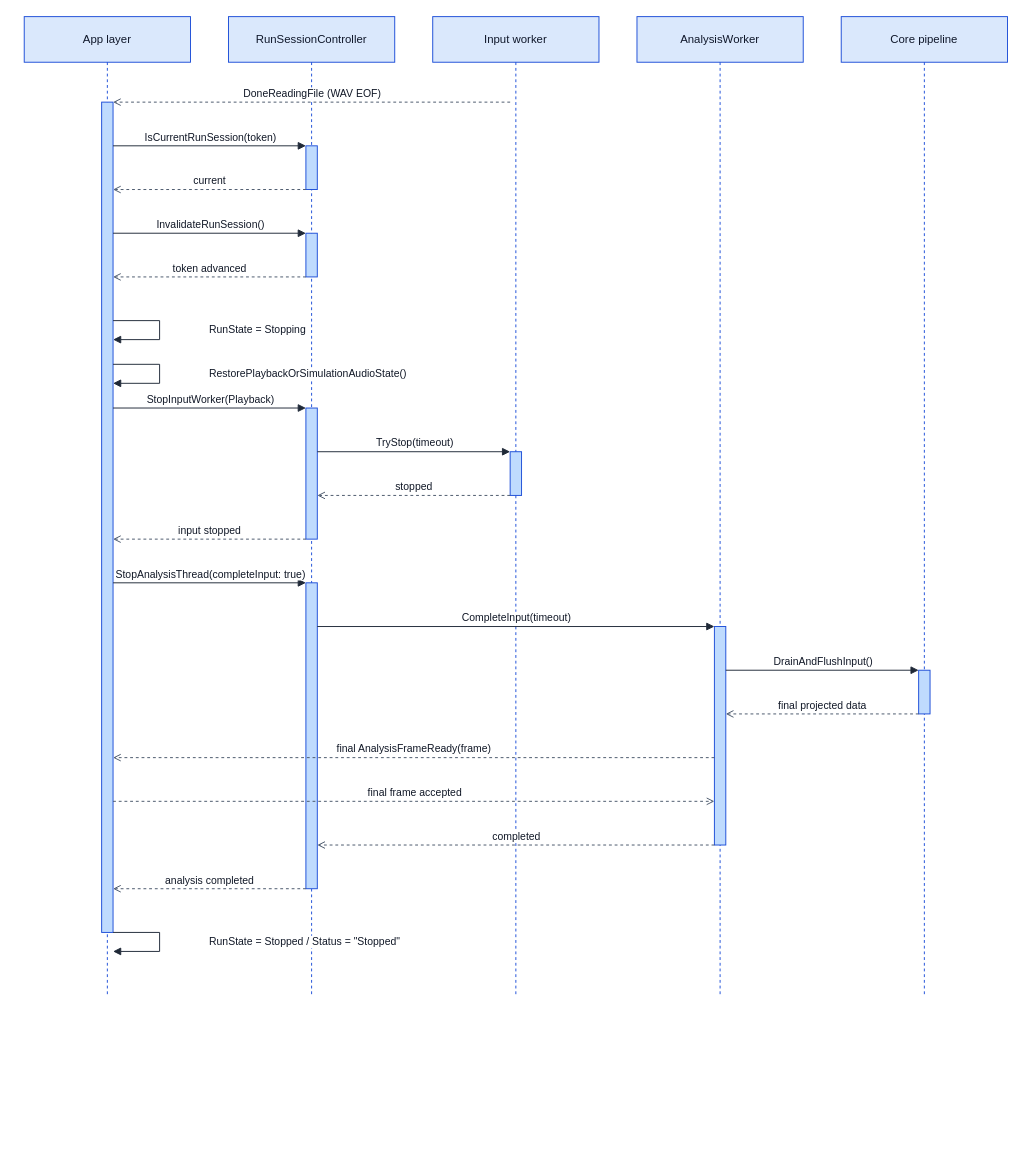
Earlier version of the draw.io diagram page "Level 2.5 · Playback 자연 종료" (6 of 7) of docs/architecture/Sequence/sequence.drawio (Jae-hong-5/TimeGrapher-Net). Source tidied: cells renumbered, new cells numbered last; positions are measured from the earlier drawing's top-left corner, leaving out a move shared by most shapes. Both pictures are drawn from the tidied source at 95%, with x=0, y=0 at pixel (24, 16).
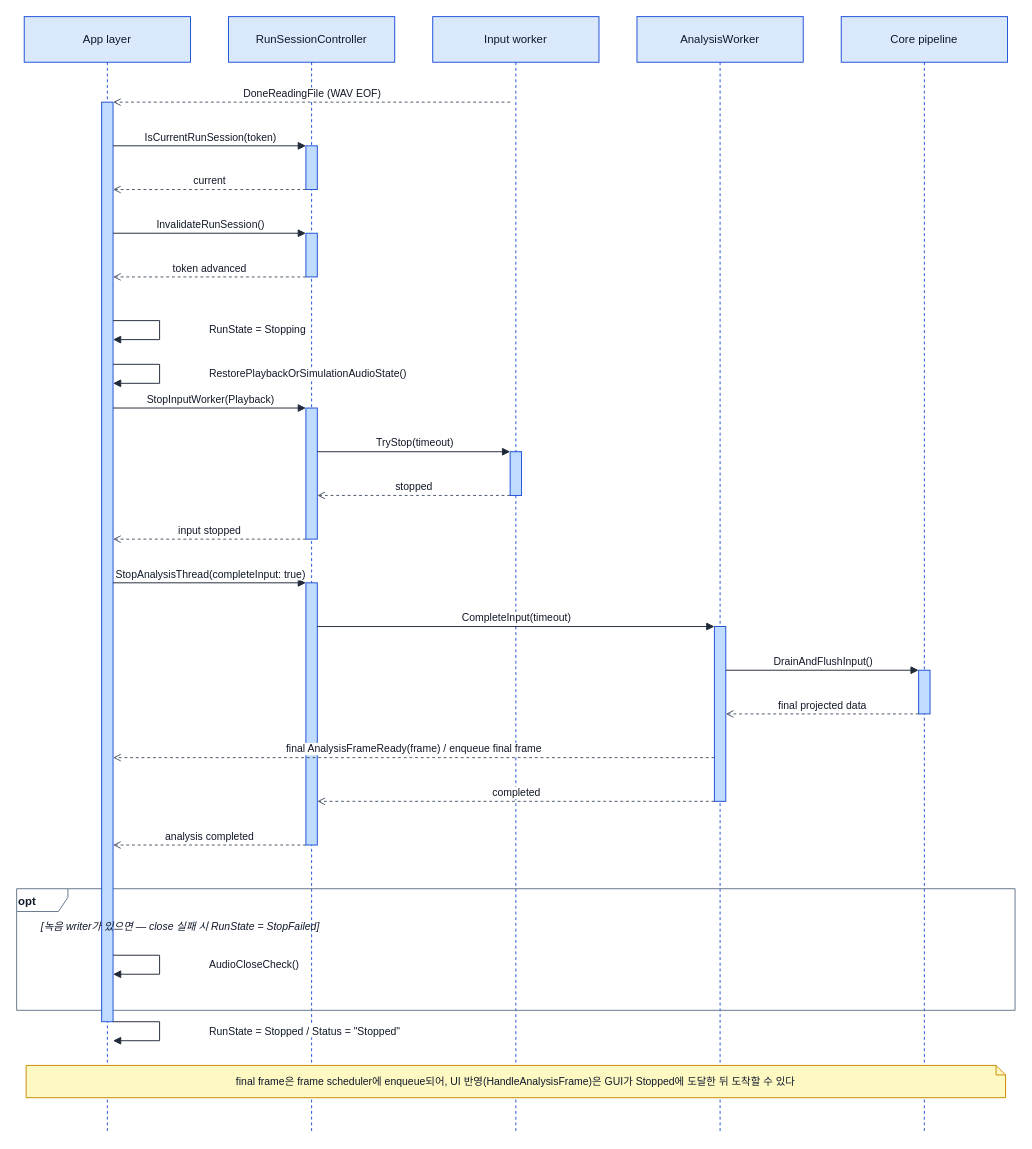
Above is the later version.

Commit message (it also covers changes not shown here):
docs(sequence): add recording-close gating and fix final-frame semantics in 2.4/2.5

The edit, as a diff of the source:
```diff
@@
     <mxCell id="2" value="App layer" style="shape=umlLifeline;perimeter=lifelinePerimeter;whiteSpace=wrap;html=1;size=48;fillColor=#dae8fc;strokeColor=#1d4ed8;fontColor=#0f172a;fontSize=12;" parent="1" vertex="1">
-      <mxGeometry width="175" height="1030" as="geometry" />
+      <mxGeometry width="175" height="1174" as="geometry" />
     </mxCell>
     <mxCell id="3" value="RunSessionController" style="shape=umlLifeline;perimeter=lifelinePerimeter;whiteSpace=wrap;html=1;size=48;fillColor=#dae8fc;strokeColor=#1d4ed8;fontColor=#0f172a;fontSize=12;" parent="1" vertex="1">
-      <mxGeometry x="215" width="175" height="1030" as="geometry" />
+      <mxGeometry x="215" width="175" height="1174" as="geometry" />
     </mxCell>
     <mxCell id="4" value="Input worker" style="shape=umlLifeline;perimeter=lifelinePerimeter;whiteSpace=wrap;html=1;size=48;fillColor=#dae8fc;strokeColor=#1d4ed8;fontColor=#0f172a;fontSize=12;" parent="1" vertex="1">
-      <mxGeometry x="430" width="175" height="1030" as="geometry" />
+      <mxGeometry x="430" width="175" height="1174" as="geometry" />
     </mxCell>
     <mxCell id="5" value="AnalysisWorker" style="shape=umlLifeline;perimeter=lifelinePerimeter;whiteSpace=wrap;html=1;size=48;fillColor=#dae8fc;strokeColor=#1d4ed8;fontColor=#0f172a;fontSize=12;" parent="1" vertex="1">
-      <mxGeometry x="645" width="175" height="1030" as="geometry" />
+      <mxGeometry x="645" width="175" height="1174" as="geometry" />
     </mxCell>
     <mxCell id="6" value="Core pipeline" style="shape=umlLifeline;perimeter=lifelinePerimeter;whiteSpace=wrap;html=1;size=48;fillColor=#dae8fc;strokeColor=#1d4ed8;fontColor=#0f172a;fontSize=12;" parent="1" vertex="1">
-      <mxGeometry x="860" width="175" height="1030" as="geometry" />
+      <mxGeometry x="860" width="175" height="1174" as="geometry" />
     </mxCell>
+    <mxCell id="35" value="opt" style="shape=umlFrame;whiteSpace=wrap;html=1;fillColor=none;strokeColor=#64748b;fontColor=#0f172a;fontSize=12;fontStyle=1;width=54;height=24;verticalAlign=top;align=left;" parent="1" vertex="1">
+      <mxGeometry x="-8" y="918" width="1051" height="128" as="geometry" />
+    </mxCell>
@@
-    <mxCell id="12" style="html=1;perimeter=orthogonalPerimeter;fillColor=#bfdbfe;strokeColor=#1d4ed8;" parent="1" vertex="1">
-      <mxGeometry x="726.5" y="642" width="12" height="230" as="geometry" />
-    </mxCell>
-    <mxCell id="13" style="html=1;perimeter=orthogonalPerimeter;fillColor=#bfdbfe;strokeColor=#1d4ed8;" parent="1" vertex="1">
-      <mxGeometry x="296.5" y="596" width="12" height="322" as="geometry" />
-    </mxCell>
-    <mxCell id="14" style="html=1;perimeter=orthogonalPerimeter;fillColor=#bfdbfe;strokeColor=#1d4ed8;" parent="1" vertex="1">
-      <mxGeometry x="81.5" y="90" width="12" height="874" as="geometry" />
-    </mxCell>
+    <mxCell id="36" style="html=1;perimeter=orthogonalPerimeter;fillColor=#bfdbfe;strokeColor=#1d4ed8;" parent="1" vertex="1">
+      <mxGeometry x="726.5" y="642" width="12" height="184" as="geometry" />
+    </mxCell>
+    <mxCell id="37" style="html=1;perimeter=orthogonalPerimeter;fillColor=#bfdbfe;strokeColor=#1d4ed8;" parent="1" vertex="1">
+      <mxGeometry x="296.5" y="596" width="12" height="276" as="geometry" />
+    </mxCell>
+    <mxCell id="38" style="html=1;perimeter=orthogonalPerimeter;fillColor=#bfdbfe;strokeColor=#1d4ed8;" parent="1" vertex="1">
+      <mxGeometry x="81.5" y="90" width="12" height="968" as="geometry" />
+    </mxCell>
@@
-    <mxCell id="30" value="final AnalysisFrameReady(frame)" style="html=1;verticalAlign=bottom;startArrow=none;endArrow=open;dashed=1;rounded=0;labelBackgroundColor=#ffffff;strokeColor=#475569;fontColor=#111827;labelBorderColor=none;" parent="1" edge="1">
+    <mxCell id="30" value="final AnalysisFrameReady(frame) / enqueue final frame" style="html=1;verticalAlign=bottom;startArrow=none;endArrow=open;dashed=1;rounded=0;labelBackgroundColor=#ffffff;strokeColor=#475569;fontColor=#111827;labelBorderColor=none;" parent="1" edge="1">
       <mxGeometry relative="1" as="geometry">
         <mxPoint x="726.5" y="780" as="sourcePoint" />
         <mxPoint x="93.5" y="780" as="targetPoint" />
       </mxGeometry>
     </mxCell>
-    <mxCell id="31" value="final frame accepted" style="html=1;verticalAlign=bottom;startArrow=none;endArrow=open;dashed=1;rounded=0;labelBackgroundColor=#ffffff;strokeColor=#475569;fontColor=#111827;labelBorderColor=none;" parent="1" edge="1">
+    <mxCell id="31" value="completed" style="html=1;verticalAlign=bottom;startArrow=none;endArrow=open;dashed=1;rounded=0;labelBackgroundColor=#ffffff;strokeColor=#475569;fontColor=#111827;labelBorderColor=none;" parent="1" edge="1">
       <mxGeometry relative="1" as="geometry">
-        <mxPoint x="93.5" y="826" as="sourcePoint" />
-        <mxPoint x="726.5" y="826" as="targetPoint" />
+        <mxPoint x="726.5" y="826" as="sourcePoint" />
+        <mxPoint x="308.5" y="826" as="targetPoint" />
       </mxGeometry>
     </mxCell>
-    <mxCell id="32" value="completed" style="html=1;verticalAlign=bottom;startArrow=none;endArrow=open;dashed=1;rounded=0;labelBackgroundColor=#ffffff;strokeColor=#475569;fontColor=#111827;labelBorderColor=none;" parent="1" edge="1">
-      <mxGeometry relative="1" as="geometry">
-        <mxPoint x="726.5" y="872" as="sourcePoint" />
-        <mxPoint x="308.5" y="872" as="targetPoint" />
-      </mxGeometry>
-    </mxCell>
     <mxCell id="33" value="analysis completed" style="html=1;verticalAlign=bottom;startArrow=none;endArrow=open;dashed=1;rounded=0;labelBackgroundColor=#ffffff;strokeColor=#475569;fontColor=#111827;labelBorderColor=none;" parent="1" edge="1">
       <mxGeometry relative="1" as="geometry">
-        <mxPoint x="296.5" y="918" as="sourcePoint" />
-        <mxPoint x="93.5" y="918" as="targetPoint" />
+        <mxPoint x="296.5" y="872" as="sourcePoint" />
+        <mxPoint x="93.5" y="872" as="targetPoint" />
       </mxGeometry>
     </mxCell>
-    <mxCell id="34" value="RunState = Stopped / Status = &quot;Stopped&quot;" style="html=1;verticalAlign=middle;align=left;startArrow=none;endArrow=block;rounded=0;labelBackgroundColor=#ffffff;strokeColor=#1f2937;fontColor=#111827;labelBorderColor=none;" parent="1" edge="1">
+    <mxCell id="34" value="AudioCloseCheck()" style="html=1;verticalAlign=middle;align=left;startArrow=none;endArrow=block;rounded=0;labelBackgroundColor=#ffffff;strokeColor=#1f2937;fontColor=#111827;labelBorderColor=none;" parent="1" edge="1">
       <mxGeometry relative="1" as="geometry">
-        <mxPoint x="93.5" y="964" as="sourcePoint" />
-        <mxPoint x="93.5" y="984" as="targetPoint" />
+        <mxPoint x="93.5" y="988" as="sourcePoint" />
+        <mxPoint x="93.5" y="1008" as="targetPoint" />
         <Array as="points">
-          <mxPoint x="142.5" y="964" />
-          <mxPoint x="142.5" y="984" />
+          <mxPoint x="142.5" y="988" />
+          <mxPoint x="142.5" y="1008" />
         </Array>
         <mxPoint x="50" as="offset" />
       </mxGeometry>
     </mxCell>
+    <mxCell id="39" value="RunState = Stopped / Status = &quot;Stopped&quot;" style="html=1;verticalAlign=middle;align=left;startArrow=none;endArrow=block;rounded=0;labelBackgroundColor=#ffffff;strokeColor=#1f2937;fontColor=#111827;labelBorderColor=none;" parent="1" edge="1">
+      <mxGeometry relative="1" as="geometry">
+        <mxPoint x="93.5" y="1058" as="sourcePoint" />
+        <mxPoint x="93.5" y="1078" as="targetPoint" />
+        <Array as="points">
+          <mxPoint x="142.5" y="1058" />
+          <mxPoint x="142.5" y="1078" />
+        </Array>
+        <mxPoint x="50" as="offset" />
+      </mxGeometry>
+    </mxCell>
+    <mxCell id="40" value="[녹음 writer가 있으면 — close 실패 시 RunState = StopFailed]" style="text;html=1;strokeColor=none;fillColor=none;align=left;verticalAlign=middle;fontSize=11;fontColor=#0f172a;fontStyle=2;" parent="1" vertex="1">
+      <mxGeometry x="16" y="948" width="1011" height="20" as="geometry" />
+    </mxCell>
+    <mxCell id="41" value="final frame은 frame scheduler에 enqueue되어, UI 반영(HandleAnalysisFrame)은 GUI가 Stopped에 도달한 뒤 도착할 수 있다" style="shape=note;whiteSpace=wrap;html=1;fillColor=#fef9c3;strokeColor=#ca8a04;fontColor=#0f172a;fontSize=11;align=center;verticalAlign=middle;size=10;" parent="1" vertex="1">
+      <mxGeometry x="2" y="1104" width="1031" height="34" as="geometry" />
+    </mxCell>
```
